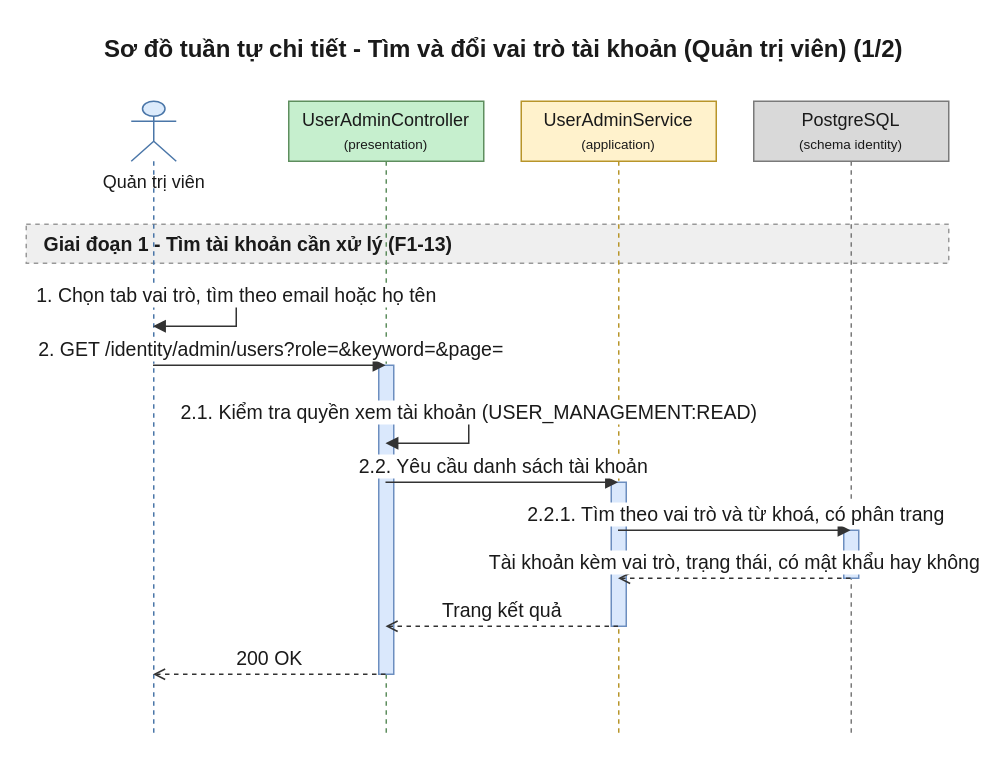
Above: 08-diagram/sequence/admin/sequence_admin_doi_vai_tro_nguoi_dung_p1.drawio in daiphu1801/PRJ_ALGOPREP (draw.io), before the change. Source tidied: cells renumbered, new cells numbered last; positions are measured from the earlier drawing's top-left corner, leaving out a move shared by most shapes. Both pictures are drawn from the tidied source at 150%, with x=0, y=0 at pixel (26, 26).
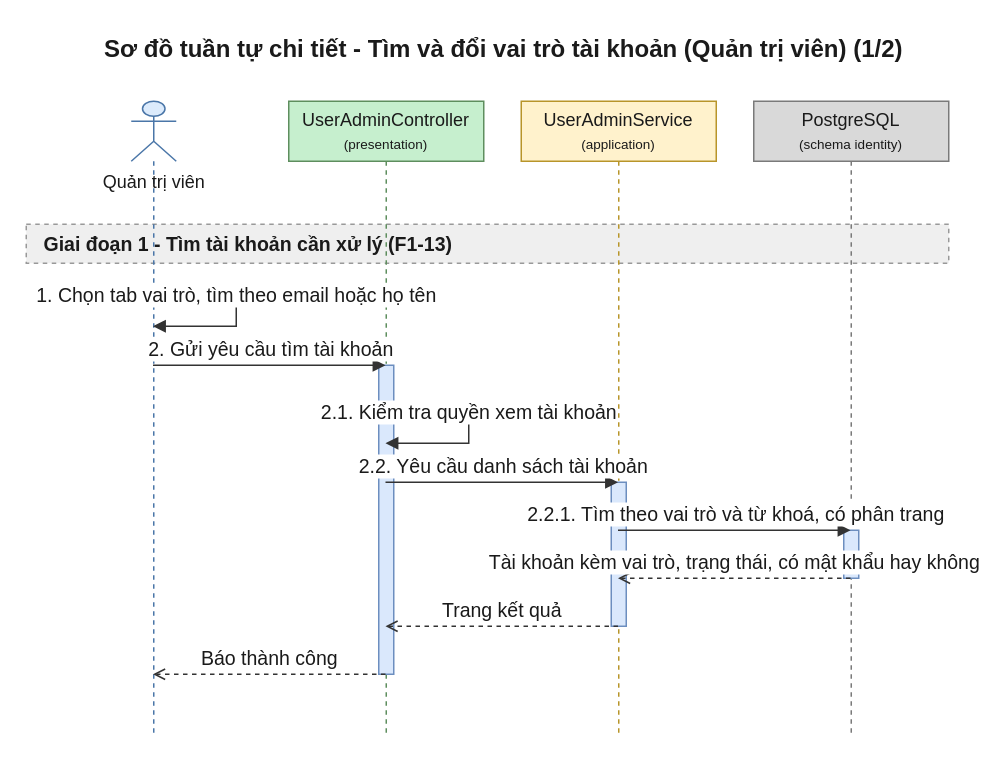
The same diagram, later.

The change refers to these unchanged cells:
```xml
<mxCell id="4" value="Quản trị viên" style="shape=umlLifeline;participant=umlActor;perimeter=lifelinePerimeter;html=1;outlineConnect=0;size=40;verticalAlign=top;spacingTop=40;fillColor=#DCEBFC;strokeColor=#4A76A8;fontColor=#1A1A1A;" parent="1" vertex="1">
  <mxGeometry x="70" y="50" width="30" height="424" as="geometry" />
</mxCell>
<mxCell id="5" value="UserAdminController&lt;br&gt;&lt;font style=&quot;font-size:9px&quot;&gt;(presentation)&lt;/font&gt;" style="shape=umlLifeline;perimeter=lifelinePerimeter;whiteSpace=wrap;html=1;outlineConnect=0;size=40;fillColor=#C6EFCE;strokeColor=#5E8E5E;fontColor=#1A1A1A;" parent="1" vertex="1">
  <mxGeometry x="175" y="50" width="130" height="424" as="geometry" />
</mxCell>
```

What changed in the source:
```diff
@@
-    <mxCell id="12" value="2. GET /identity/admin/users?role=&amp;amp;keyword=&amp;amp;page=" style="edgeStyle=none;html=1;endArrow=block;endFill=1;strokeColor=#333333;fontColor=#1A1A1A;fontSize=13;verticalAlign=bottom;exitX=0.5;exitY=0.4151;exitDx=0;exitDy=0;entryX=0.5;entryY=0.4151;entryDx=0;entryDy=0;" parent="1" edge="1" source="4" target="5">
+    <mxCell id="12" value="2. Gửi yêu cầu tìm tài khoản" style="edgeStyle=none;html=1;endArrow=block;endFill=1;strokeColor=#333333;fontColor=#1A1A1A;fontSize=13;verticalAlign=bottom;exitX=0.5;exitY=0.4151;exitDx=0;exitDy=0;entryX=0.5;entryY=0.4151;entryDx=0;entryDy=0;" parent="1" edge="1" source="4" target="5">
       <mxGeometry relative="1" as="geometry" />
     </mxCell>
-    <mxCell id="13" value="2.1. Kiểm tra quyền xem tài khoản (USER_MANAGEMENT:READ)" style="edgeStyle=orthogonalEdgeStyle;rounded=0;html=1;endArrow=block;endFill=1;strokeColor=#333333;fontColor=#1A1A1A;fontSize=13;verticalAlign=bottom;exitX=0.5;exitY=0.4906;exitDx=0;exitDy=0;entryX=0.5;entryY=0.5377;entryDx=0;entryDy=0;" parent="1" edge="1" source="5" target="5">
+    <mxCell id="13" value="2.1. Kiểm tra quyền xem tài khoản" style="edgeStyle=orthogonalEdgeStyle;rounded=0;html=1;endArrow=block;endFill=1;strokeColor=#333333;fontColor=#1A1A1A;fontSize=13;verticalAlign=bottom;exitX=0.5;exitY=0.4906;exitDx=0;exitDy=0;entryX=0.5;entryY=0.5377;entryDx=0;entryDy=0;" parent="1" edge="1" source="5" target="5">
       <mxGeometry relative="1" as="geometry">
         <Array as="points">
           <mxPoint x="295" y="258" />
           <mxPoint x="295" y="278" />
         </Array>
       </mxGeometry>
     </mxCell>
@@
-    <mxCell id="18" value="200 OK" style="edgeStyle=none;html=1;endArrow=open;endFill=0;dashed=1;strokeColor=#333333;fontColor=#1A1A1A;fontSize=13;verticalAlign=bottom;exitX=0.5;exitY=0.9009;exitDx=0;exitDy=0;entryX=0.5;entryY=0.9009;entryDx=0;entryDy=0;" parent="1" edge="1" source="5" target="4">
+    <mxCell id="18" value="Báo thành công" style="edgeStyle=none;html=1;endArrow=open;endFill=0;dashed=1;strokeColor=#333333;fontColor=#1A1A1A;fontSize=13;verticalAlign=bottom;exitX=0.5;exitY=0.9009;exitDx=0;exitDy=0;entryX=0.5;entryY=0.9009;entryDx=0;entryDy=0;" parent="1" edge="1" source="5" target="4">
       <mxGeometry relative="1" as="geometry" />
     </mxCell>
```
